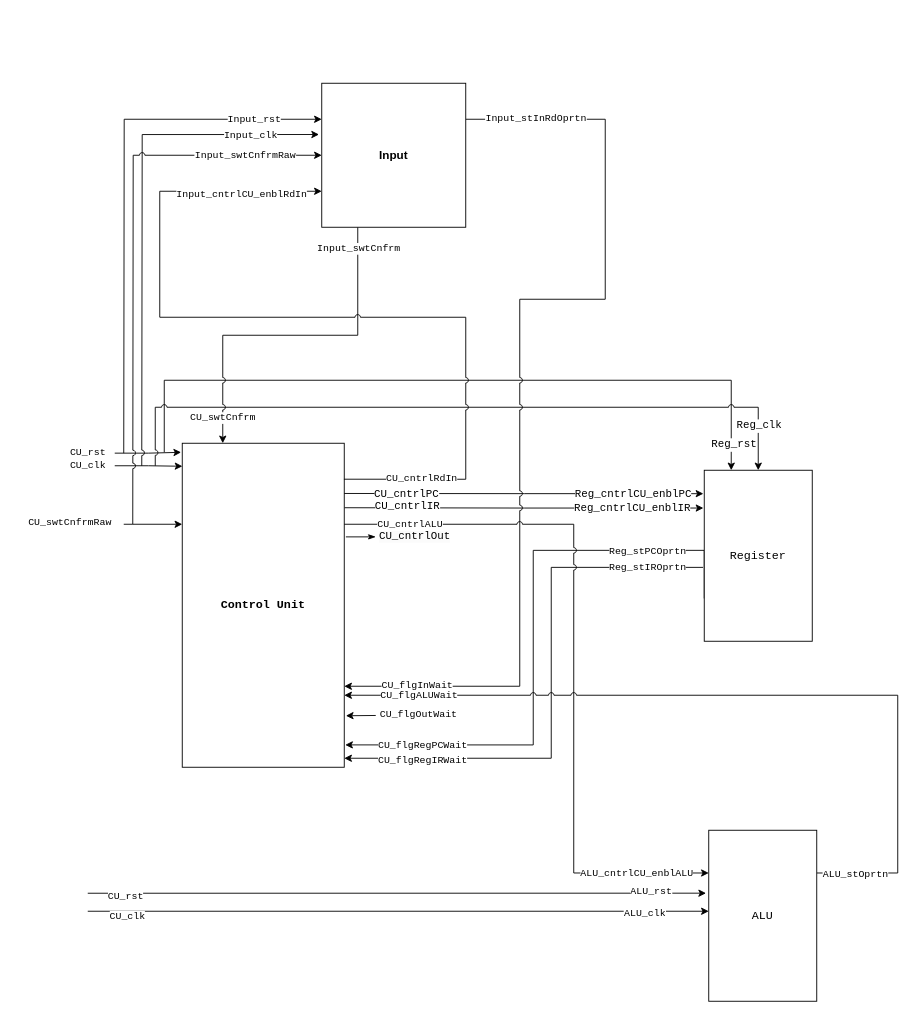
Earlier version of the draw.io diagram page "Block Diagram" (8 of 8) of 04_ControlUnit_v1/CPU_Design.drawio (Vichu95/Basic_CPU_FPGA). Source tidied: cells renumbered, new cells numbered last; positions are measured from the earlier drawing's top-left corner, leaving out a move shared by most shapes. Both pictures are drawn from the tidied source at 90%, with x=0, y=0 at pixel (15, 83).
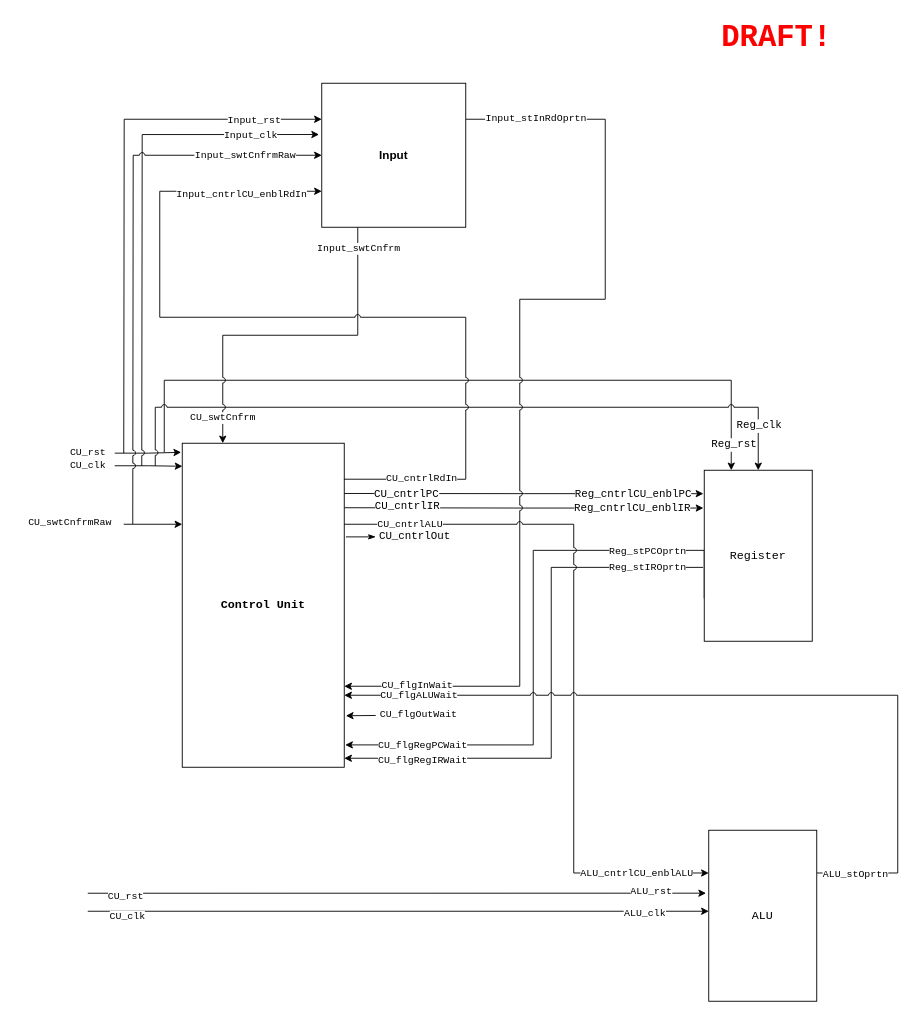
Above is the later version.

Diff of the diagram source:
```diff
@@
+    <mxCell id="59" value="&lt;font size=&quot;1&quot; style=&quot;&quot;&gt;&lt;b style=&quot;font-size: 34px;&quot;&gt;DRAFT!&lt;/b&gt;&lt;/font&gt;" style="text;html=1;align=center;verticalAlign=middle;strokeColor=none;fillColor=none;fontSize=25;fontFamily=Courier New;fontColor=#FF0000;" parent="1" vertex="1">
+      <mxGeometry x="770" y="-75" width="150" height="50" as="geometry" />
+    </mxCell>
```
